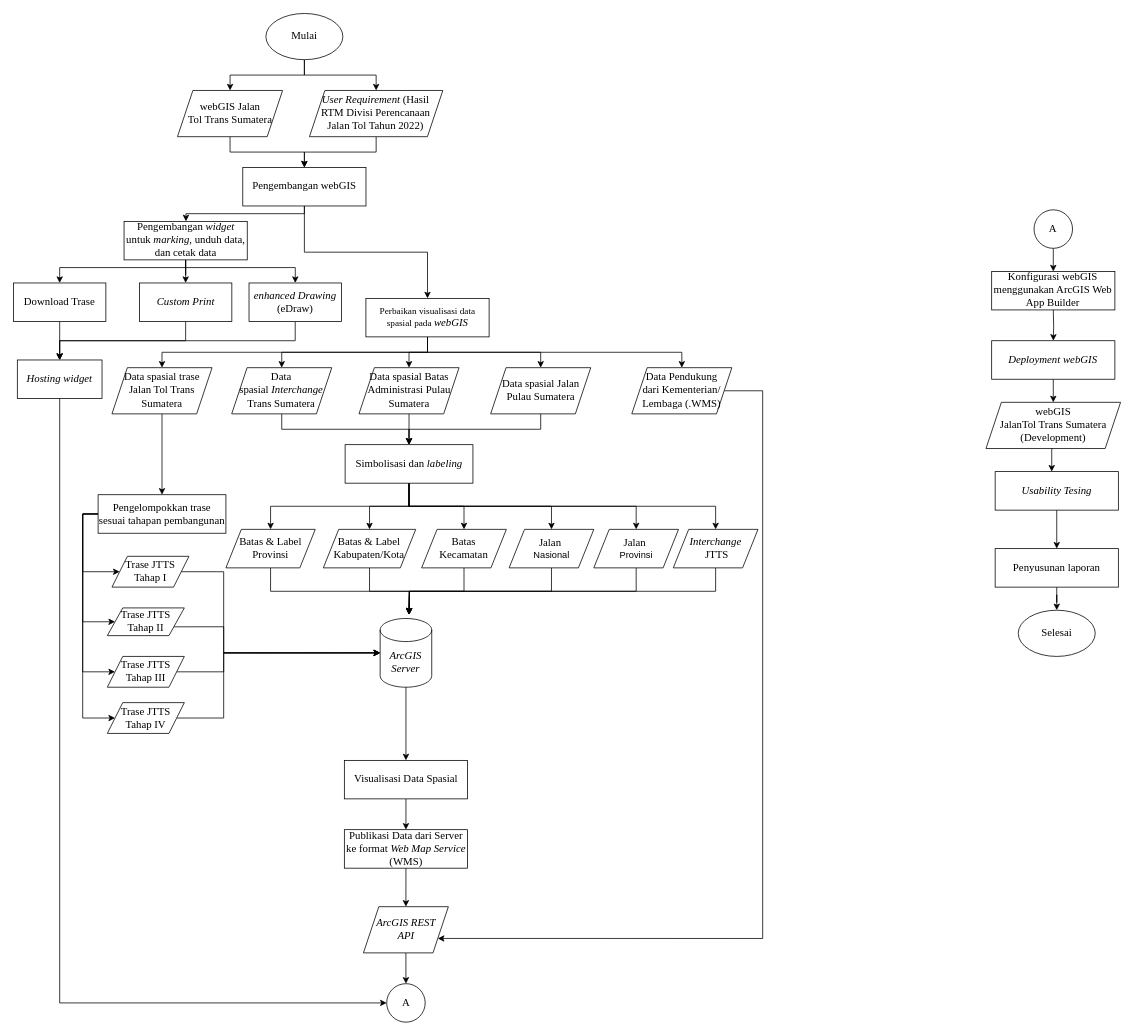
Before: page "Rev2 BAB1-2" (4 of 4) of Proyek Akhir Dhany Yudi Prasetyo.drawio in dhanyyudi/filediagramalir, a draw.io diagram. Source tidied: cells renumbered, new cells numbered last; positions are measured from the earlier drawing's top-left corner, leaving out a move shared by most shapes. Both pictures are drawn from the tidied source at 77%, with x=0, y=0 at pixel (13, 13).
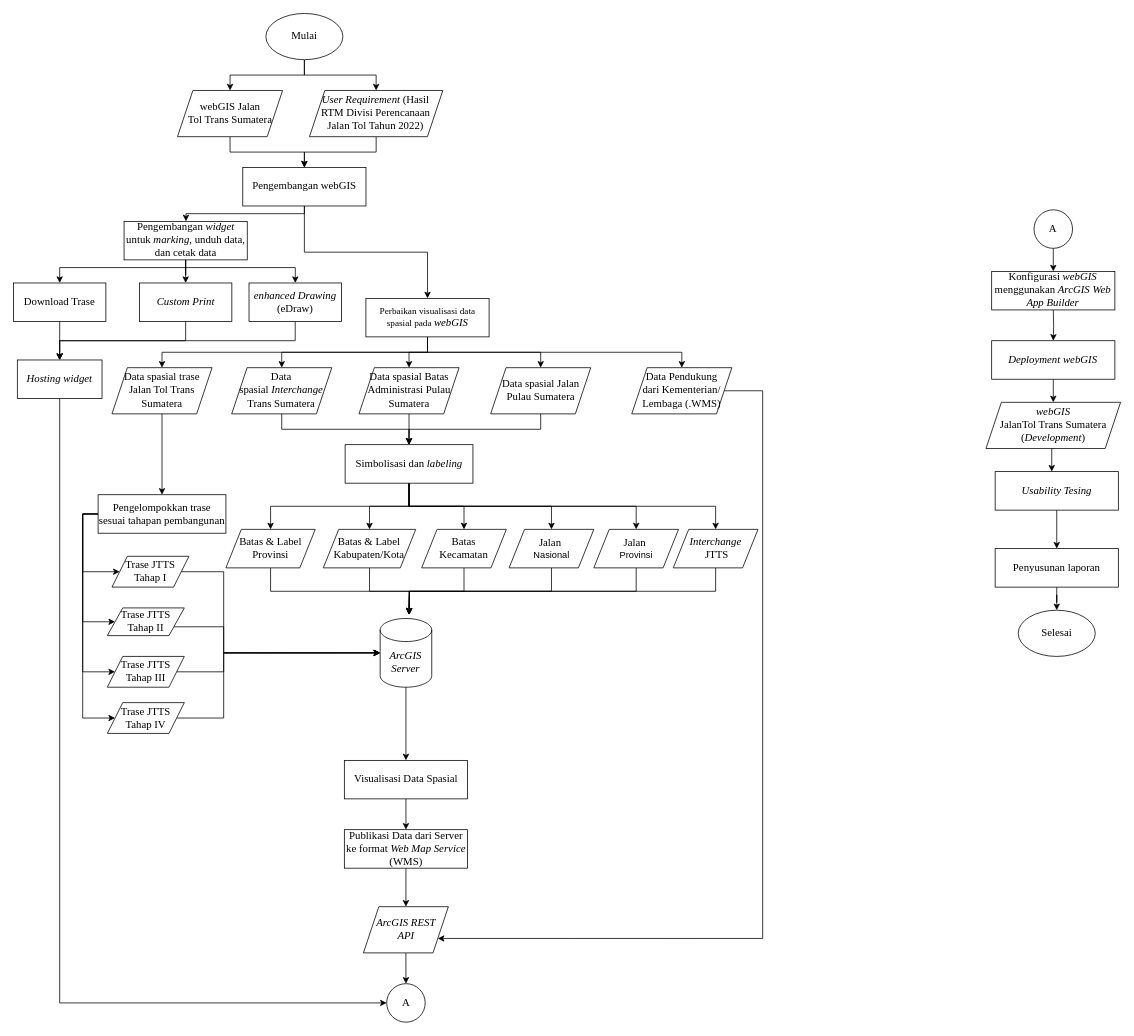
The same page after the edit.

What changed in the source:
```diff
@@
-    <mxCell id="45" value="&lt;span style=&quot;font-size: 14px;&quot;&gt;Konfigurasi webGIS menggunakan ArcGIS Web App Builder&lt;/span&gt;" style="rounded=0;whiteSpace=wrap;html=1;fontFamily=Times New Roman;" parent="1" vertex="1">
+    <mxCell id="45" value="&lt;span style=&quot;font-size: 14px;&quot;&gt;Konfigurasi &lt;i&gt;webGIS&lt;/i&gt; menggunakan &lt;i&gt;ArcGIS Web App Builder&lt;/i&gt;&lt;/span&gt;" style="rounded=0;whiteSpace=wrap;html=1;fontFamily=Times New Roman;" parent="1" vertex="1">
       <mxGeometry x="1270.4" y="335" width="160" height="50" as="geometry" />
     </mxCell>
@@
-    <mxCell id="50" value="&lt;font face=&quot;Times New Roman&quot;&gt;&lt;span style=&quot;font-size: 14px;&quot;&gt;webGIS &lt;br&gt;JalanTol Trans Sumatera (Development)&lt;/span&gt;&lt;/font&gt;" style="shape=parallelogram;perimeter=parallelogramPerimeter;whiteSpace=wrap;html=1;fixedSize=1;" parent="1" vertex="1">
+    <mxCell id="50" value="&lt;font face=&quot;Times New Roman&quot;&gt;&lt;span style=&quot;font-size: 14px;&quot;&gt;&lt;i&gt;webGIS &lt;/i&gt;&lt;br&gt;JalanTol Trans Sumatera (&lt;i&gt;Development&lt;/i&gt;)&lt;/span&gt;&lt;/font&gt;" style="shape=parallelogram;perimeter=parallelogramPerimeter;whiteSpace=wrap;html=1;fixedSize=1;" parent="1" vertex="1">
       <mxGeometry x="1263" y="505" width="174.8" height="60" as="geometry" />
     </mxCell>
```
